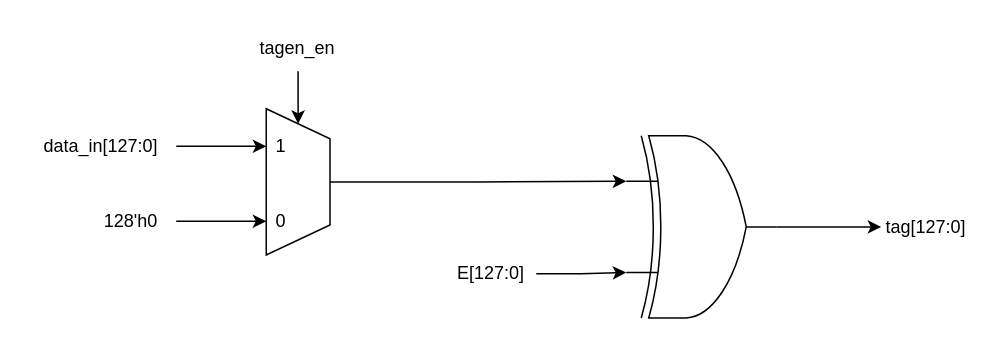
LQLManZz/AES128-Verilog keeps this draw.io diagram as Quang Long/_drawio/TagGen low level.drawio. Above is the earlier version. Source tidied: cells renumbered, new cells numbered last; positions are measured from the earlier drawing's top-left corner, leaving out a move shared by most shapes. Both pictures are drawn from the tidied source at 150%, with x=0, y=0 at pixel (26, 26).
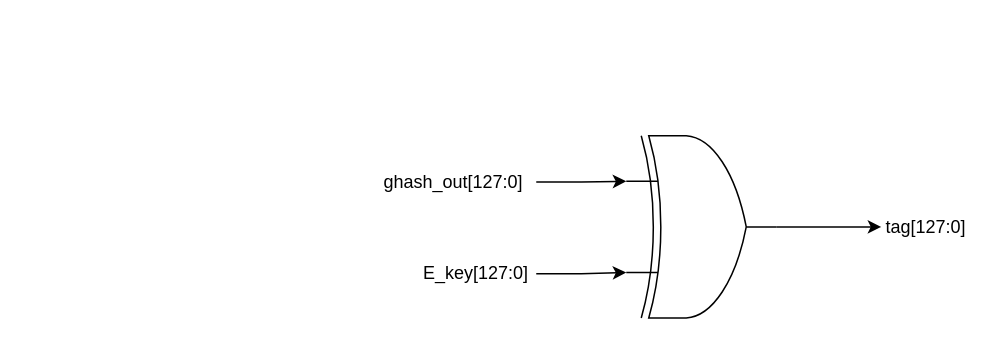
The same diagram, later.

The edit, as a diff of the source:
```diff
@@
 <mxGraphModel>
   <root>
     <mxCell id="0" />
     <mxCell id="1" parent="0" />
     <mxCell id="2" style="edgeStyle=orthogonalEdgeStyle;rounded=0;jettySize=auto;html=1;exitX=1;exitY=0.5;exitDx=0;exitDy=0;exitPerimeter=0;entryX=0;entryY=0.5;entryDx=0;entryDy=0;" parent="1" edge="1" source="3" target="15">
       <mxGeometry relative="1" as="geometry" />
     </mxCell>
     <mxCell id="3" style="verticalLabelPosition=bottom;shadow=0;dashed=0;align=center;html=1;verticalAlign=top;shape=mxgraph.electrical.logic_gates.logic_gate;operation=xor;rotation=0;" parent="1" vertex="1">
       <mxGeometry x="400" y="73" width="100" height="121.5" as="geometry" />
     </mxCell>
-    <mxCell id="4" style="shape=trapezoid;perimeter=trapezoidPerimeter;whiteSpace=wrap;html=1;fixedSize=1;rotation=90;" parent="1" vertex="1">
-      <mxGeometry x="132.5" y="82.5" width="97.5" height="42.5" as="geometry" />
-    </mxCell>
-    <mxCell id="5" style="group;" parent="1" vertex="1">
-      <mxGeometry x="160" y="70" width="20" height="70" as="geometry" />
-    </mxCell>
-    <mxCell id="6" value="1" style="text;html=1;whiteSpace=wrap;strokeColor=none;fillColor=none;align=center;verticalAlign=middle;rounded=0;" parent="5" vertex="1">
-      <mxGeometry width="20" height="20" as="geometry" />
-    </mxCell>
-    <mxCell id="7" value="0" style="text;html=1;whiteSpace=wrap;strokeColor=none;fillColor=none;align=center;verticalAlign=middle;rounded=0;" parent="5" vertex="1">
-      <mxGeometry y="50" width="20" height="20" as="geometry" />
-    </mxCell>
-    <mxCell id="8" style="edgeStyle=orthogonalEdgeStyle;rounded=0;jettySize=auto;html=1;exitX=0.5;exitY=1;exitDx=0;exitDy=0;entryX=0;entryY=0.5;entryDx=0;entryDy=0;" parent="1" edge="1" source="9" target="4">
-      <mxGeometry relative="1" as="geometry" />
-    </mxCell>
-    <mxCell id="9" value="tagen_en" style="text;html=1;whiteSpace=wrap;strokeColor=none;fillColor=none;align=center;verticalAlign=middle;rounded=0;" parent="1" vertex="1">
-      <mxGeometry x="151.2" width="60" height="30" as="geometry" />
-    </mxCell>
-    <mxCell id="10" style="edgeStyle=orthogonalEdgeStyle;rounded=0;jettySize=auto;html=1;exitX=1;exitY=0.5;exitDx=0;exitDy=0;entryX=0;entryY=0.5;entryDx=0;entryDy=0;" parent="1" edge="1" source="11" target="6">
-      <mxGeometry relative="1" as="geometry" />
-    </mxCell>
-    <mxCell id="11" value="data_in[127:0]" style="text;html=1;whiteSpace=wrap;strokeColor=none;fillColor=none;align=center;verticalAlign=middle;rounded=0;" parent="1" vertex="1">
-      <mxGeometry y="65" width="100" height="30" as="geometry" />
+    <mxCell id="11" value="ghash_out[127:0]" style="text;html=1;whiteSpace=wrap;strokeColor=none;fillColor=none;align=center;verticalAlign=middle;rounded=0;" parent="1" vertex="1">
+      <mxGeometry x="230" y="88.8" width="110" height="30" as="geometry" />
     </mxCell>
-    <mxCell id="12" style="edgeStyle=orthogonalEdgeStyle;rounded=0;jettySize=auto;html=1;exitX=0.5;exitY=0;exitDx=0;exitDy=0;entryX=0;entryY=0.25;entryDx=0;entryDy=0;entryPerimeter=0;" parent="1" edge="1" source="4" target="3">
-      <mxGeometry relative="1" as="geometry" />
-    </mxCell>
-    <mxCell id="13" value="E[127:0]" style="text;html=1;whiteSpace=wrap;strokeColor=none;fillColor=none;align=center;verticalAlign=middle;rounded=0;" parent="1" vertex="1">
-      <mxGeometry x="280" y="150" width="60" height="30" as="geometry" />
+    <mxCell id="13" value="E_key[127:0]" style="text;html=1;whiteSpace=wrap;strokeColor=none;fillColor=none;align=center;verticalAlign=middle;rounded=0;" parent="1" vertex="1">
+      <mxGeometry x="260" y="150" width="80" height="30" as="geometry" />
     </mxCell>
     <mxCell id="14" style="edgeStyle=orthogonalEdgeStyle;rounded=0;jettySize=auto;html=1;exitX=1;exitY=0.5;exitDx=0;exitDy=0;entryX=0;entryY=0.75;entryDx=0;entryDy=0;entryPerimeter=0;" parent="1" edge="1" source="13" target="3">
       <mxGeometry relative="1" as="geometry" />
     </mxCell>
     <mxCell id="15" value="tag[127:0]" style="text;html=1;whiteSpace=wrap;strokeColor=none;fillColor=none;align=center;verticalAlign=middle;rounded=0;" parent="1" vertex="1">
       <mxGeometry x="570" y="118.8" width="60" height="30" as="geometry" />
     </mxCell>
-    <mxCell id="16" style="edgeStyle=orthogonalEdgeStyle;rounded=0;jettySize=auto;html=1;exitX=1;exitY=0.5;exitDx=0;exitDy=0;entryX=0;entryY=0.5;entryDx=0;entryDy=0;" parent="1" edge="1" source="17" target="7">
-      <mxGeometry relative="1" as="geometry" />
-    </mxCell>
-    <mxCell id="17" value="128'h0" style="text;html=1;whiteSpace=wrap;strokeColor=none;fillColor=none;align=center;verticalAlign=middle;rounded=0;" parent="1" vertex="1">
-      <mxGeometry x="40" y="115" width="60" height="30" as="geometry" />
-    </mxCell>
+    <mxCell id="18" style="edgeStyle=orthogonalEdgeStyle;rounded=0;jettySize=auto;html=1;exitX=1;exitY=0.5;exitDx=0;exitDy=0;entryX=0;entryY=0.25;entryDx=0;entryDy=0;entryPerimeter=0;fontFamily=Helvetica;fontSize=12;fontColor=default;" parent="1" edge="1" source="11" target="3">
+      <mxGeometry relative="1" as="geometry" />
+    </mxCell>
   </root>
 </mxGraphModel>
```
